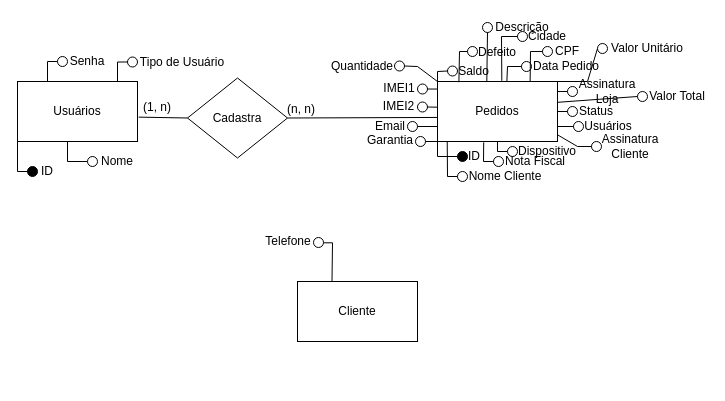
This is Modelo_Conceitual.drawio from ArcanjoDaGuarda/AnjoProjetos, a draw.io file, before an edit. Source tidied: cells renumbered, new cells numbered last; positions are measured from the earlier drawing's top-left corner, leaving out a move shared by most shapes. Both pictures are drawn from the tidied source at 100%, with x=0, y=0 at pixel (17, 17).
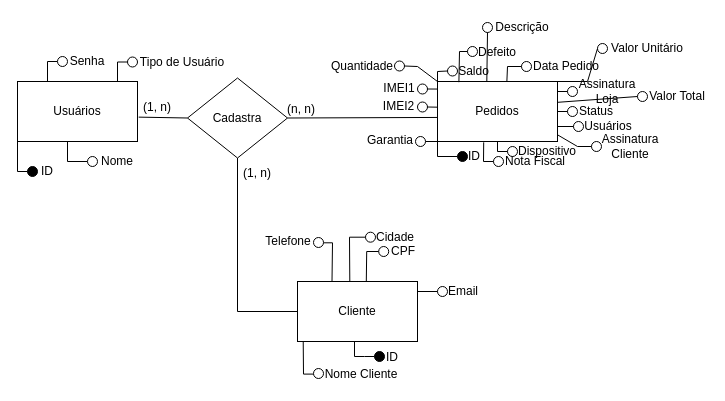
After the change.

The change refers to these unchanged cells:
```xml
<mxCell id="2" value="Pedidos" style="rounded=0;whiteSpace=wrap;html=1;" parent="1" vertex="1">
  <mxGeometry x="420" y="64" width="120" height="60" as="geometry" />
</mxCell>
<mxCell id="79" value="Cadastra" style="rhombus;whiteSpace=wrap;html=1;" parent="1" vertex="1">
  <mxGeometry x="170" y="60.5" width="100" height="80" as="geometry" />
</mxCell>
<mxCell id="87" value="Cliente" style="rounded=0;whiteSpace=wrap;html=1;" parent="1" vertex="1">
  <mxGeometry x="280" y="264" width="120" height="60" as="geometry" />
</mxCell>
```

Change to the diagram source:
```diff
@@
     <mxCell id="16" style="ellipse;whiteSpace=wrap;html=1;" parent="1" vertex="1">
-      <mxGeometry x="440" y="154" width="10" height="10" as="geometry" />
+      <mxGeometry x="296" y="351" width="10" height="10" as="geometry" />
     </mxCell>
     <mxCell id="17" value="Nome Cliente" style="text;html=1;strokeColor=none;fillColor=none;align=center;verticalAlign=middle;whiteSpace=wrap;rounded=0;" parent="1" vertex="1">
-      <mxGeometry x="448" y="149" width="80" height="20" as="geometry" />
+      <mxGeometry x="304" y="347" width="80" height="20" as="geometry" />
     </mxCell>
@@
     <mxCell id="22" style="ellipse;whiteSpace=wrap;html=1;" parent="1" vertex="1">
-      <mxGeometry x="500" y="14" width="10" height="10" as="geometry" />
+      <mxGeometry x="348" y="214.7" width="10" height="10" as="geometry" />
     </mxCell>
     <mxCell id="23" value="Cidade" style="text;html=1;strokeColor=none;fillColor=none;align=center;verticalAlign=middle;whiteSpace=wrap;rounded=0;" parent="1" vertex="1">
-      <mxGeometry x="510" y="9" width="40" height="20" as="geometry" />
+      <mxGeometry x="358" y="209.7" width="40" height="20" as="geometry" />
     </mxCell>
     <mxCell id="24" style="ellipse;whiteSpace=wrap;html=1;" parent="1" vertex="1">
-      <mxGeometry x="525" y="29" width="10" height="10" as="geometry" />
+      <mxGeometry x="361.2" y="229" width="10" height="10" as="geometry" />
     </mxCell>
     <mxCell id="25" value="CPF" style="text;html=1;strokeColor=none;fillColor=none;align=center;verticalAlign=middle;whiteSpace=wrap;rounded=0;" parent="1" vertex="1">
-      <mxGeometry x="535" y="24" width="30" height="20" as="geometry" />
+      <mxGeometry x="371.2" y="224" width="30" height="20" as="geometry" />
     </mxCell>
@@
     <mxCell id="30" style="ellipse;whiteSpace=wrap;html=1;" parent="1" vertex="1">
-      <mxGeometry x="390" y="104" width="10" height="10" as="geometry" />
+      <mxGeometry x="420" y="269" width="10" height="10" as="geometry" />
     </mxCell>
     <mxCell id="31" value="Email" style="text;html=1;strokeColor=none;fillColor=none;align=center;verticalAlign=middle;whiteSpace=wrap;rounded=0;" parent="1" vertex="1">
-      <mxGeometry x="357" y="99" width="32" height="20" as="geometry" />
+      <mxGeometry x="430" y="264" width="32" height="20" as="geometry" />
     </mxCell>
@@
-    <mxCell id="58" style="endArrow=none;html=1;rounded=0;exitX=0.081;exitY=0.995;exitDx=0;exitDy=0;exitPerimeter=0;entryX=0;entryY=0.5;entryDx=0;entryDy=0;" parent="1" edge="1" source="2" target="16">
+    <mxCell id="58" style="endArrow=none;html=1;rounded=0;exitX=0.081;exitY=0.995;exitDx=0;exitDy=0;exitPerimeter=0;entryX=0;entryY=0.5;entryDx=0;entryDy=0;" parent="1" edge="1">
       <mxGeometry relative="1" as="geometry">
+        <mxPoint x="285.7" y="321.4" as="sourcePoint" />
+        <mxPoint x="296" y="356.6" as="targetPoint" />
         <Array as="points">
-          <mxPoint x="430" y="159" />
+          <mxPoint x="286" y="356.6" />
         </Array>
       </mxGeometry>
     </mxCell>
@@
-    <mxCell id="65" style="endArrow=none;html=1;rounded=0;exitX=0;exitY=0.75;exitDx=0;exitDy=0;entryX=1;entryY=0.5;entryDx=0;entryDy=0;" parent="1" edge="1" source="2" target="30">
-      <mxGeometry relative="1" as="geometry" />
+    <mxCell id="65" style="endArrow=none;html=1;rounded=0;exitX=0;exitY=0.75;exitDx=0;exitDy=0;entryX=1;entryY=0.5;entryDx=0;entryDy=0;" parent="1" edge="1">
+      <mxGeometry relative="1" as="geometry">
+        <mxPoint x="420" y="274" as="sourcePoint" />
+        <mxPoint x="400" y="274" as="targetPoint" />
+      </mxGeometry>
     </mxCell>
@@
-    <mxCell id="72" style="endArrow=none;html=1;rounded=0;entryX=0;entryY=0.5;entryDx=0;entryDy=0;exitX=0.772;exitY=0;exitDx=0;exitDy=0;exitPerimeter=0;" parent="1" edge="1" source="2" target="24">
+    <mxCell id="72" style="endArrow=none;html=1;rounded=0;entryX=0;entryY=0.5;entryDx=0;entryDy=0;exitX=0.772;exitY=0;exitDx=0;exitDy=0;exitPerimeter=0;" parent="1" edge="1" target="24">
       <mxGeometry relative="1" as="geometry">
+        <mxPoint x="348.8" y="264" as="sourcePoint" />
         <Array as="points">
-          <mxPoint x="513" y="34" />
+          <mxPoint x="349.2" y="234" />
         </Array>
       </mxGeometry>
     </mxCell>
@@
-    <mxCell id="74" style="endArrow=none;html=1;rounded=0;entryX=0;entryY=0.5;entryDx=0;entryDy=0;exitX=0.536;exitY=-0.011;exitDx=0;exitDy=0;exitPerimeter=0;" parent="1" edge="1" source="2" target="22">
+    <mxCell id="74" style="endArrow=none;html=1;rounded=0;entryX=0;entryY=0.5;entryDx=0;entryDy=0;exitX=0.536;exitY=-0.011;exitDx=0;exitDy=0;exitPerimeter=0;" parent="1" edge="1" target="22">
       <mxGeometry relative="1" as="geometry">
+        <mxPoint x="332.3" y="264" as="sourcePoint" />
         <Array as="points">
-          <mxPoint x="484" y="19" />
+          <mxPoint x="332" y="219.7" />
         </Array>
       </mxGeometry>
     </mxCell>
@@
+    <mxCell id="88" value="ID" style="text;html=1;strokeColor=none;fillColor=none;align=center;verticalAlign=middle;whiteSpace=wrap;rounded=0;" parent="1" vertex="1">
+      <mxGeometry x="365" y="330" width="20" height="20" as="geometry" />
+    </mxCell>
+    <mxCell id="89" style="endArrow=none;html=1;rounded=0;exitX=0;exitY=1;exitDx=0;exitDy=0;entryX=0;entryY=0.5;entryDx=0;entryDy=0;" parent="1" edge="1">
+      <mxGeometry relative="1" as="geometry">
+        <mxPoint x="337" y="324" as="sourcePoint" />
+        <mxPoint x="357" y="339" as="targetPoint" />
+        <Array as="points">
+          <mxPoint x="337" y="339" />
+          <mxPoint x="347" y="339" />
+        </Array>
+      </mxGeometry>
+    </mxCell>
+    <mxCell id="90" style="ellipse;whiteSpace=wrap;html=1;fillColor=#000000;" parent="1" vertex="1">
+      <mxGeometry x="357" y="334" width="10" height="10" as="geometry" />
+    </mxCell>
+    <mxCell id="91" style="endArrow=none;html=1;rounded=0;exitX=0.5;exitY=1;exitDx=0;exitDy=0;entryX=0;entryY=0.5;entryDx=0;entryDy=0;" parent="1" edge="1" source="79" target="87">
+      <mxGeometry relative="1" as="geometry">
+        <Array as="points">
+          <mxPoint x="220" y="294" />
+        </Array>
+      </mxGeometry>
+    </mxCell>
+    <mxCell id="92" value="(1, n)" style="text;html=1;strokeColor=none;fillColor=none;align=center;verticalAlign=middle;whiteSpace=wrap;rounded=0;" parent="1" vertex="1">
+      <mxGeometry x="210" y="140.5" width="60" height="30" as="geometry" />
+    </mxCell>
```
